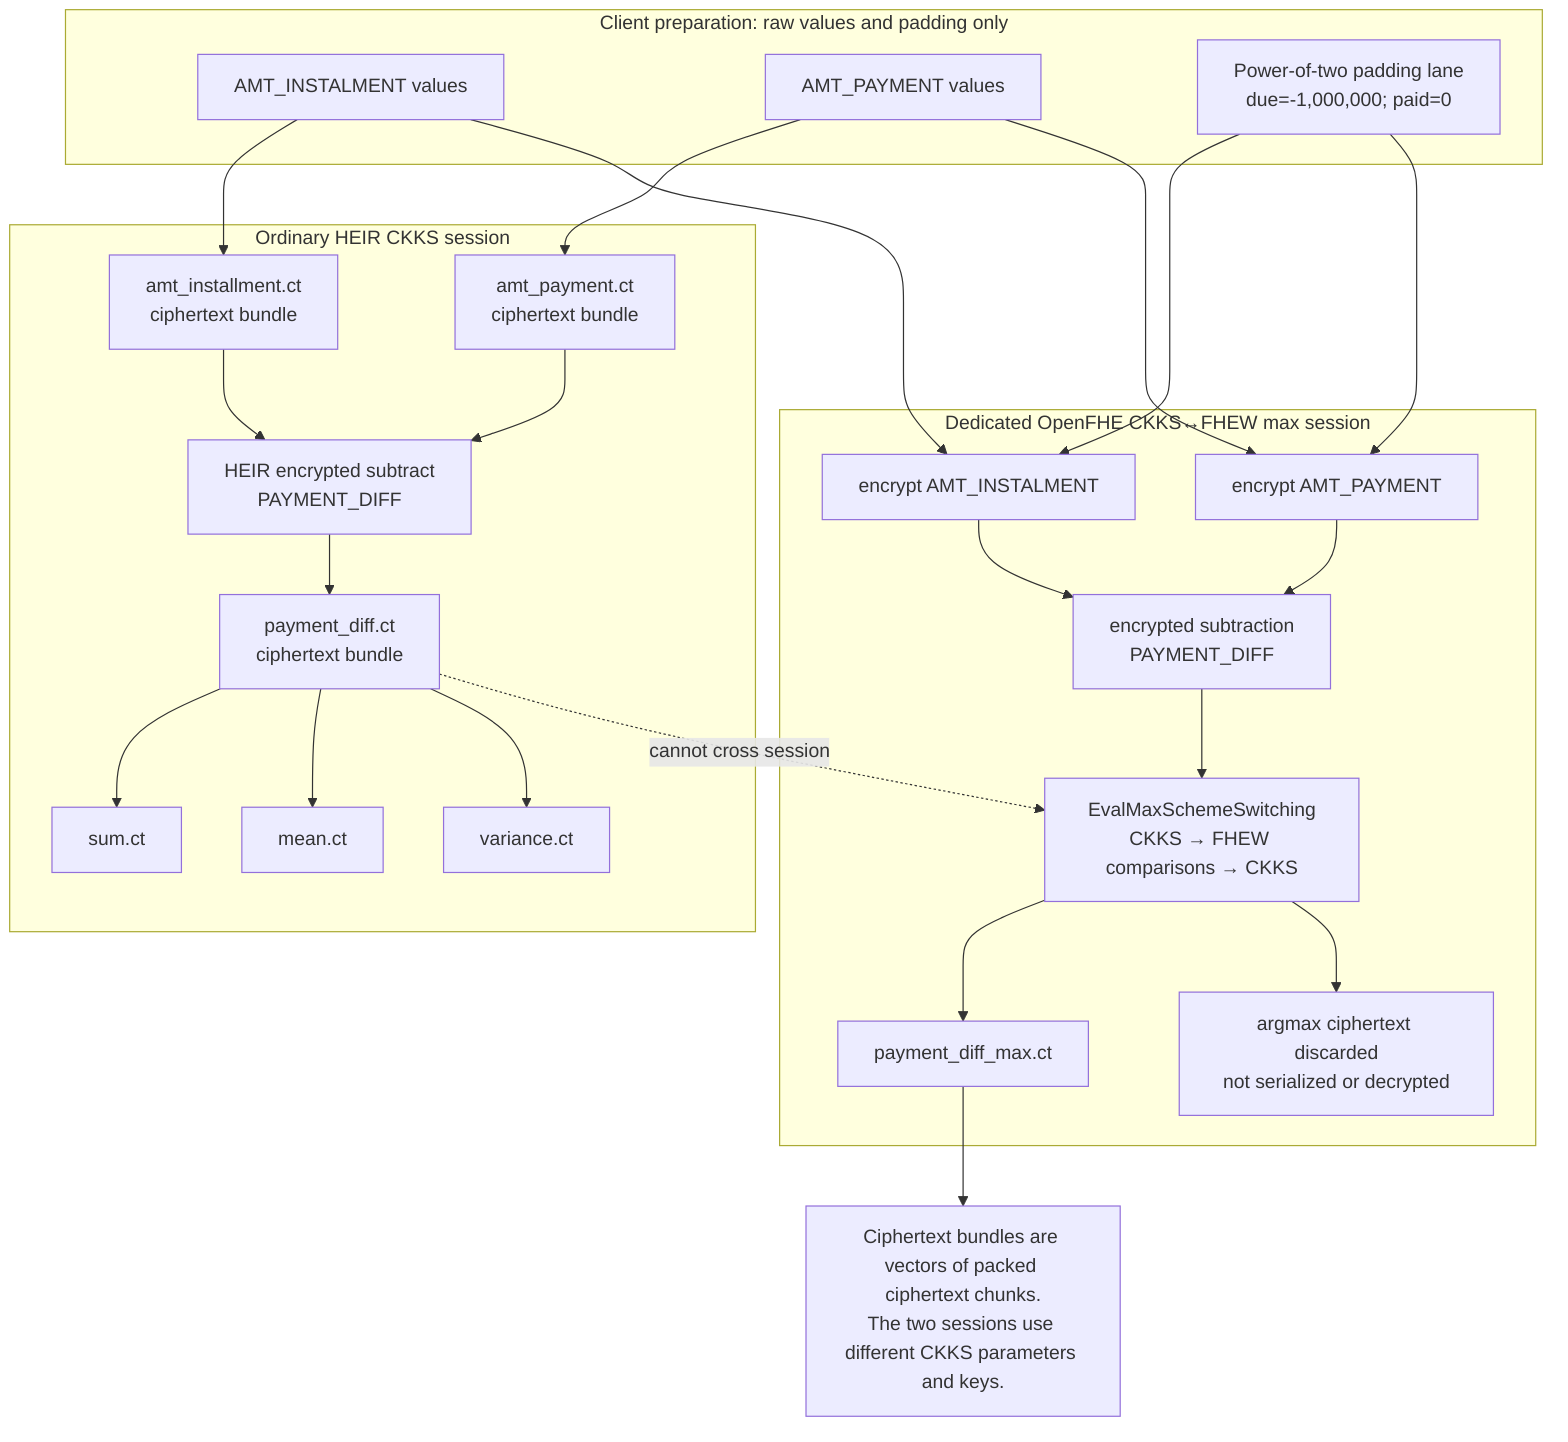
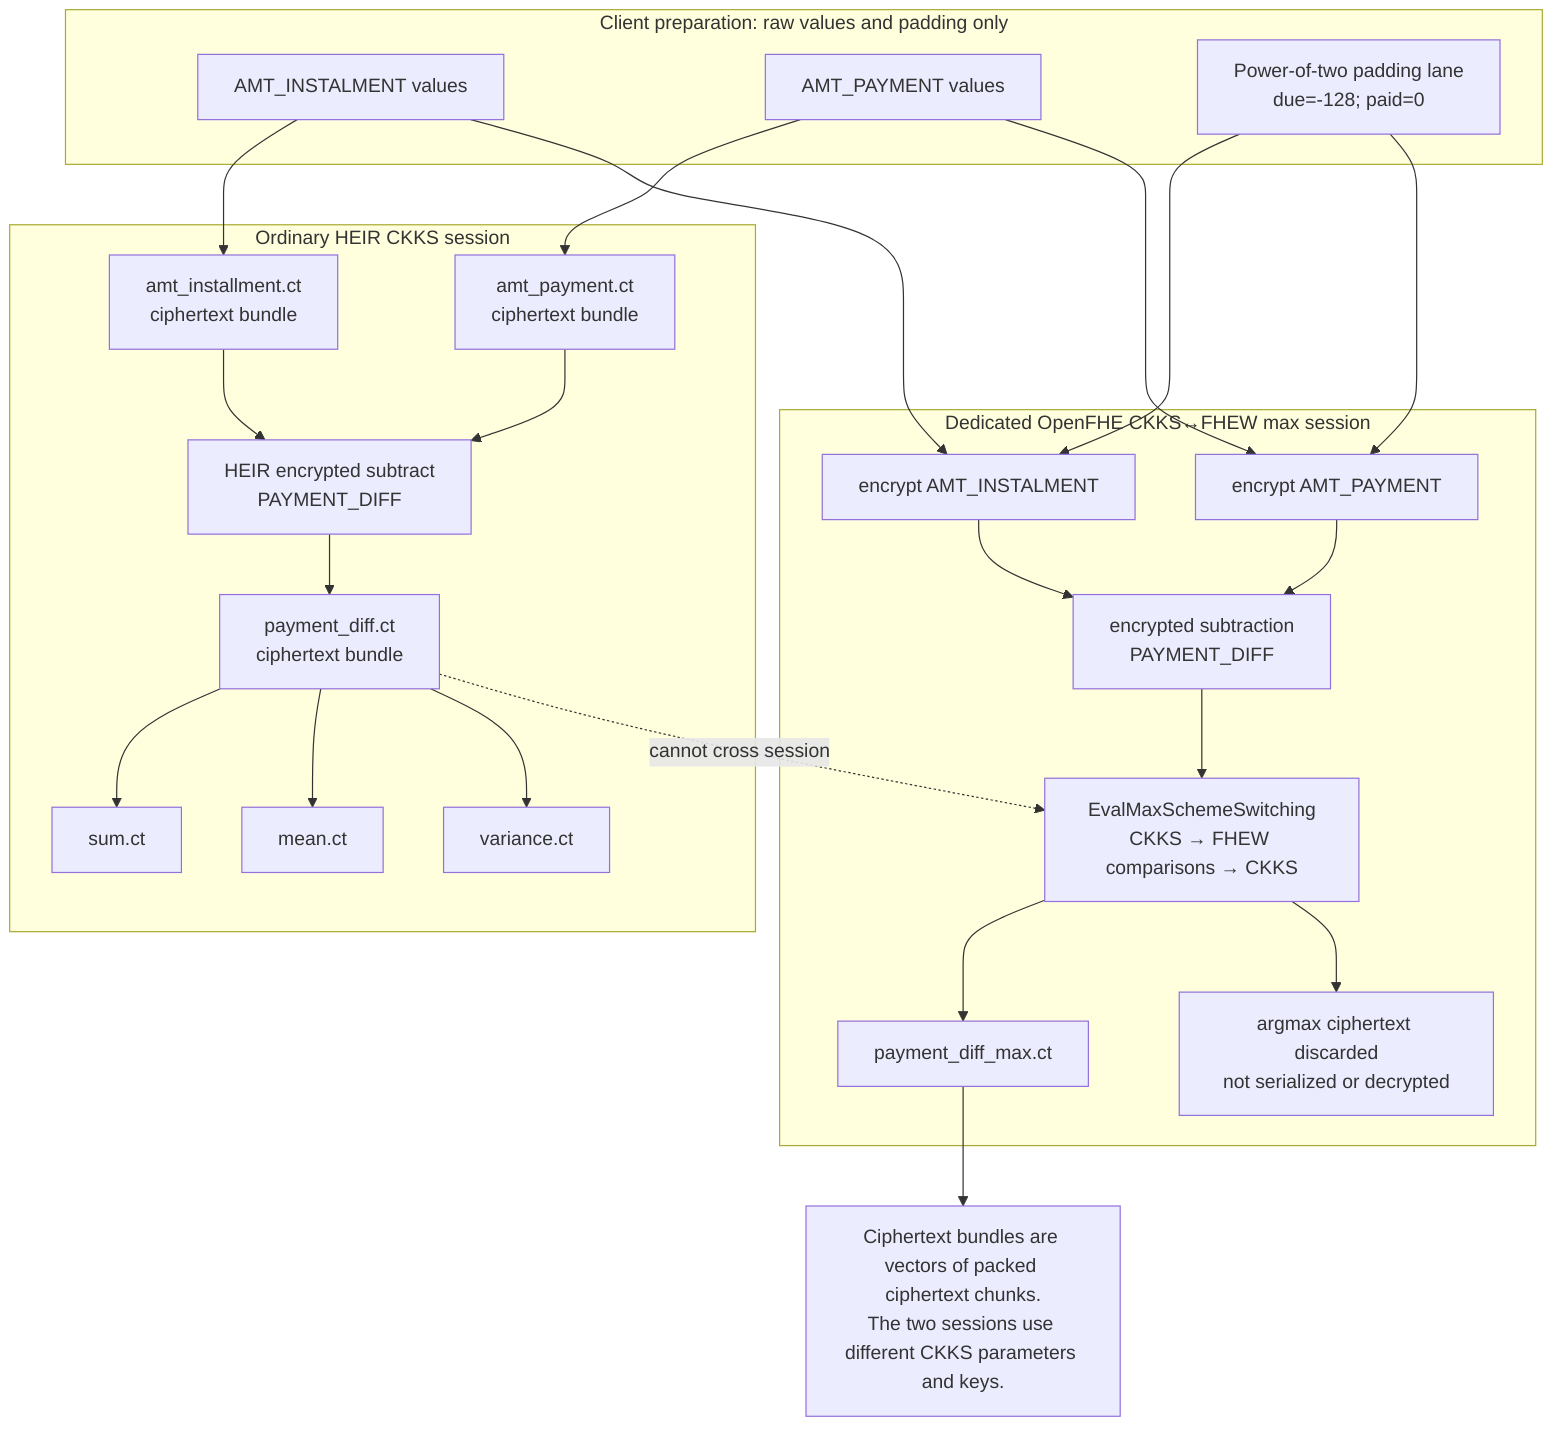
flowchart TD
  subgraph client[Client preparation: raw values and padding only]
    due[AMT_INSTALMENT values]
    paid[AMT_PAYMENT values]
-     pad[Power-of-two padding lane<br/>due=-1,000,000; paid=0]
+     pad[Power-of-two padding lane<br/>due=-128; paid=0]
  end

  subgraph arithmetic[Ordinary HEIR CKKS session]
    dueCT[amt_installment.ct<br/>ciphertext bundle]
    paidCT[amt_payment.ct<br/>ciphertext bundle]
    diff[HEIR encrypted subtract<br/>PAYMENT_DIFF]
    diffCT[payment_diff.ct<br/>ciphertext bundle]
    sum[sum.ct]
    mean[mean.ct]
    variance[variance.ct]
    due --> dueCT
    paid --> paidCT
    dueCT --> diff
    paidCT --> diff
    diff --> diffCT
    diffCT --> sum
    diffCT --> mean
    diffCT --> variance
  end

  subgraph maxsession[Dedicated OpenFHE CKKS↔FHEW max session]
    dueMax[encrypt AMT_INSTALMENT]
    paidMax[encrypt AMT_PAYMENT]
    diffMax[encrypted subtraction<br/>PAYMENT_DIFF]
    switch[EvalMaxSchemeSwitching<br/>CKKS → FHEW comparisons → CKKS]
    maxCT[payment_diff_max.ct]
    noIndex[argmax ciphertext discarded<br/>not serialized or decrypted]
    due --> dueMax
    paid --> paidMax
    pad --> dueMax
    pad --> paidMax
    dueMax --> diffMax
    paidMax --> diffMax
    diffMax --> switch
    switch --> maxCT
    switch --> noIndex
  end

  note[Ciphertext bundles are vectors of packed ciphertext chunks.<br/>The two sessions use different CKKS parameters and keys.]
  diffCT -. cannot cross session .-> switch
  maxCT --> note
